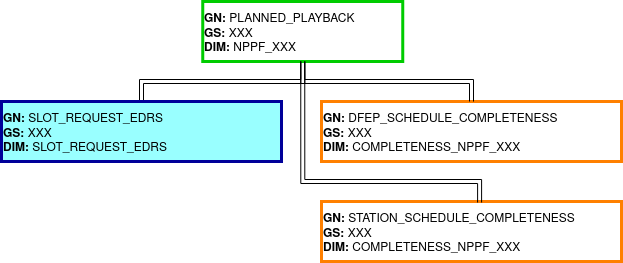
Earlier version of the draw.io export doc/fig/structure_ingestion_slot_request_edrs.png (Daniel-Brosnan-Blazquez/s2boa). Source tidied: cells renumbered, new cells last; positions are measured from the earlier drawing's top-left corner, leaving out a move shared by most shapes.
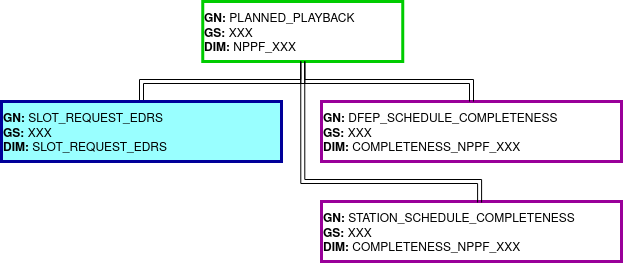
Later version of the same file.

Diff of the diagram source:
```diff
@@ -11,13 +11,13 @@
     <mxCell id="4" value="&lt;div&gt;&lt;b&gt;GN:&lt;/b&gt; SLOT_REQUEST_EDRS&lt;/div&gt;&lt;div&gt;&lt;b&gt;GS:&lt;/b&gt; XXX&lt;/div&gt;&lt;div&gt;&lt;b&gt;DIM: &lt;/b&gt;SLOT_REQUEST_EDRS&lt;br&gt;&lt;/div&gt;" style="rounded=0;whiteSpace=wrap;html=1;align=left;strokeColor=#000099;strokeWidth=3;fillColor=#99FFFF;" parent="1" vertex="1">
       <mxGeometry y="100" width="280" height="60" as="geometry" />
     </mxCell>
-    <mxCell id="5" value="&lt;div&gt;&lt;b&gt;GN:&lt;/b&gt; DFEP_SCHEDULE_COMPLETENESS&lt;/div&gt;&lt;div&gt;&lt;b&gt;GS:&lt;/b&gt; XXX&lt;/div&gt;&lt;div&gt;&lt;b&gt;DIM:&lt;/b&gt; COMPLETENESS_NPPF_XXX&lt;br&gt;&lt;/div&gt;" style="rounded=0;whiteSpace=wrap;html=1;align=left;strokeWidth=3;fillColor=#FFFFFF;strokeColor=#FF8000;" parent="1" vertex="1">
+    <mxCell id="5" value="&lt;div&gt;&lt;b&gt;GN:&lt;/b&gt; DFEP_SCHEDULE_COMPLETENESS&lt;/div&gt;&lt;div&gt;&lt;b&gt;GS:&lt;/b&gt; XXX&lt;/div&gt;&lt;div&gt;&lt;b&gt;DIM:&lt;/b&gt; COMPLETENESS_NPPF_XXX&lt;br&gt;&lt;/div&gt;" style="rounded=0;whiteSpace=wrap;html=1;align=left;strokeWidth=3;fillColor=#FFFFFF;strokeColor=#990099;" parent="1" vertex="1">
       <mxGeometry x="320" y="100" width="300" height="60" as="geometry" />
     </mxCell>
     <mxCell id="6" style="edgeStyle=orthogonalEdgeStyle;shape=link;rounded=0;jettySize=auto;html=1;exitX=0.5;exitY=0;exitDx=0;exitDy=0;entryX=0.5;entryY=1;entryDx=0;entryDy=0;" parent="1" edge="1" source="5" target="2">
       <mxGeometry relative="1" as="geometry" />
     </mxCell>
-    <mxCell id="7" value="&lt;div&gt;&lt;b&gt;GN:&lt;/b&gt; STATION_SCHEDULE_COMPLETENESS&lt;/div&gt;&lt;div&gt;&lt;b&gt;GS:&lt;/b&gt; XXX&lt;/div&gt;&lt;div&gt;&lt;b&gt;DIM:&lt;/b&gt; COMPLETENESS_NPPF_XXX&lt;br&gt;&lt;/div&gt;" style="rounded=0;whiteSpace=wrap;html=1;align=left;strokeWidth=3;fillColor=#FFFFFF;strokeColor=#FF8000;" parent="1" vertex="1">
+    <mxCell id="7" value="&lt;div&gt;&lt;b&gt;GN:&lt;/b&gt; STATION_SCHEDULE_COMPLETENESS&lt;/div&gt;&lt;div&gt;&lt;b&gt;GS:&lt;/b&gt; XXX&lt;/div&gt;&lt;div&gt;&lt;b&gt;DIM:&lt;/b&gt; COMPLETENESS_NPPF_XXX&lt;br&gt;&lt;/div&gt;" style="rounded=0;whiteSpace=wrap;html=1;align=left;strokeWidth=3;fillColor=#FFFFFF;strokeColor=#990099;" parent="1" vertex="1">
       <mxGeometry x="320" y="200" width="300" height="60" as="geometry" />
     </mxCell>
     <mxCell id="8" style="edgeStyle=orthogonalEdgeStyle;shape=link;rounded=0;jettySize=auto;html=1;exitX=0.527;exitY=0.017;exitDx=0;exitDy=0;entryX=0.5;entryY=1;entryDx=0;entryDy=0;exitPerimeter=0;" parent="1" edge="1" source="7" target="2">
```
